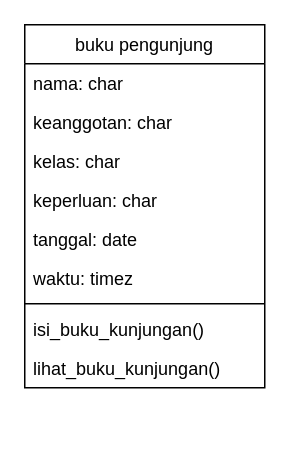
This is CLASS-DIA.drawio from HusniSupra/perpus-digital, a draw.io file, before an edit. Source tidied: cells renumbered, new cells numbered last; positions are measured from the earlier drawing's top-left corner, leaving out a move shared by most shapes. Both pictures are drawn from the tidied source at 150%, with x=0, y=0 at pixel (24, 24).
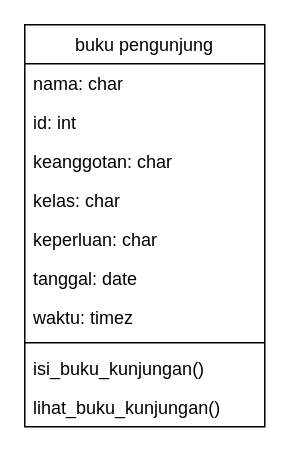
Above is the later version.

Diff of the diagram source:
```diff
@@
 <mxGraphModel>
   <root>
     <mxCell id="0" />
     <mxCell id="1" parent="0" />
     <mxCell id="2" value="buku pengunjung" style="swimlane;fontStyle=0;align=center;verticalAlign=top;horizontal=1;startSize=26;rounded=0;shadow=0;strokeWidth=1;" parent="1" vertex="1">
-      <mxGeometry width="160" height="242" as="geometry" />
+      <mxGeometry width="160" height="268" as="geometry" />
     </mxCell>
     <mxCell id="3" value="nama: char" style="text;align=left;verticalAlign=top;spacingLeft=4;spacingRight=4;overflow=hidden;" parent="2" vertex="1">
       <mxGeometry y="26" width="160" height="26" as="geometry" />
     </mxCell>
+    <mxCell id="12" value="id: int" style="text;align=left;verticalAlign=top;spacingLeft=4;spacingRight=4;overflow=hidden;" parent="2" vertex="1">
+      <mxGeometry y="52" width="160" height="26" as="geometry" />
+    </mxCell>
     <mxCell id="4" value="keanggotan: char" style="text;align=left;verticalAlign=top;spacingLeft=4;spacingRight=4;overflow=hidden;rounded=0;shadow=0;html=0;" parent="2" vertex="1">
-      <mxGeometry y="52" width="160" height="26" as="geometry" />
+      <mxGeometry y="78" width="160" height="26" as="geometry" />
     </mxCell>
     <mxCell id="5" value="kelas: char" style="text;align=left;verticalAlign=top;spacingLeft=4;spacingRight=4;overflow=hidden;rounded=0;shadow=0;html=0;" parent="2" vertex="1">
-      <mxGeometry y="78" width="160" height="26" as="geometry" />
+      <mxGeometry y="104" width="160" height="26" as="geometry" />
     </mxCell>
     <mxCell id="6" value="keperluan: char" style="text;align=left;verticalAlign=top;spacingLeft=4;spacingRight=4;overflow=hidden;rounded=0;shadow=0;html=0;" parent="2" vertex="1">
-      <mxGeometry y="104" width="160" height="26" as="geometry" />
+      <mxGeometry y="130" width="160" height="26" as="geometry" />
     </mxCell>
     <mxCell id="7" value="tanggal: date" style="text;align=left;verticalAlign=top;spacingLeft=4;spacingRight=4;overflow=hidden;rounded=0;shadow=0;html=0;" parent="2" vertex="1">
-      <mxGeometry y="130" width="160" height="26" as="geometry" />
+      <mxGeometry y="156" width="160" height="26" as="geometry" />
     </mxCell>
     <mxCell id="8" value="waktu: timez" style="text;align=left;verticalAlign=top;spacingLeft=4;spacingRight=4;overflow=hidden;rounded=0;shadow=0;html=0;" parent="2" vertex="1">
-      <mxGeometry y="156" width="160" height="26" as="geometry" />
+      <mxGeometry y="182" width="160" height="26" as="geometry" />
     </mxCell>
     <mxCell id="9" style="line;html=1;strokeWidth=1;align=left;verticalAlign=middle;spacingTop=-1;spacingLeft=3;spacingRight=3;labelPosition=right;" parent="2" vertex="1">
-      <mxGeometry y="182" width="160" height="8" as="geometry" />
+      <mxGeometry y="208" width="160" height="8" as="geometry" />
     </mxCell>
     <mxCell id="10" value="isi_buku_kunjungan()" style="text;align=left;verticalAlign=top;spacingLeft=4;spacingRight=4;overflow=hidden;" parent="2" vertex="1">
-      <mxGeometry y="190" width="160" height="26" as="geometry" />
+      <mxGeometry y="216" width="160" height="26" as="geometry" />
     </mxCell>
     <mxCell id="11" value="lihat_buku_kunjungan()" style="text;align=left;verticalAlign=top;spacingLeft=4;spacingRight=4;overflow=hidden;" parent="2" vertex="1">
-      <mxGeometry y="216" width="160" height="26" as="geometry" />
+      <mxGeometry y="242" width="160" height="26" as="geometry" />
     </mxCell>
   </root>
 </mxGraphModel>
```
